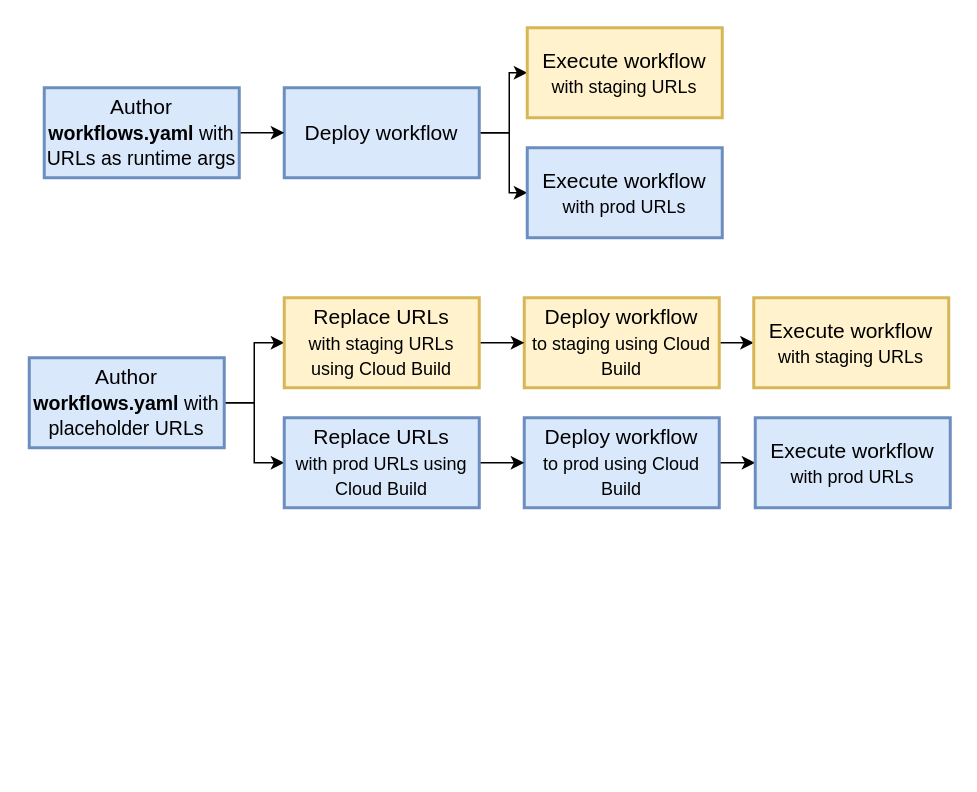
Earlier version of the draw.io diagram multi-env-deployment/images/architecture.drawio (GoogleCloudPlatform/workflows-demos). Source tidied: cells renumbered, new cells numbered last; positions are measured from the earlier drawing's top-left corner, leaving out a move shared by most shapes. Both pictures are drawn from the tidied source at 150%, with x=0, y=0 at pixel (28, 27).
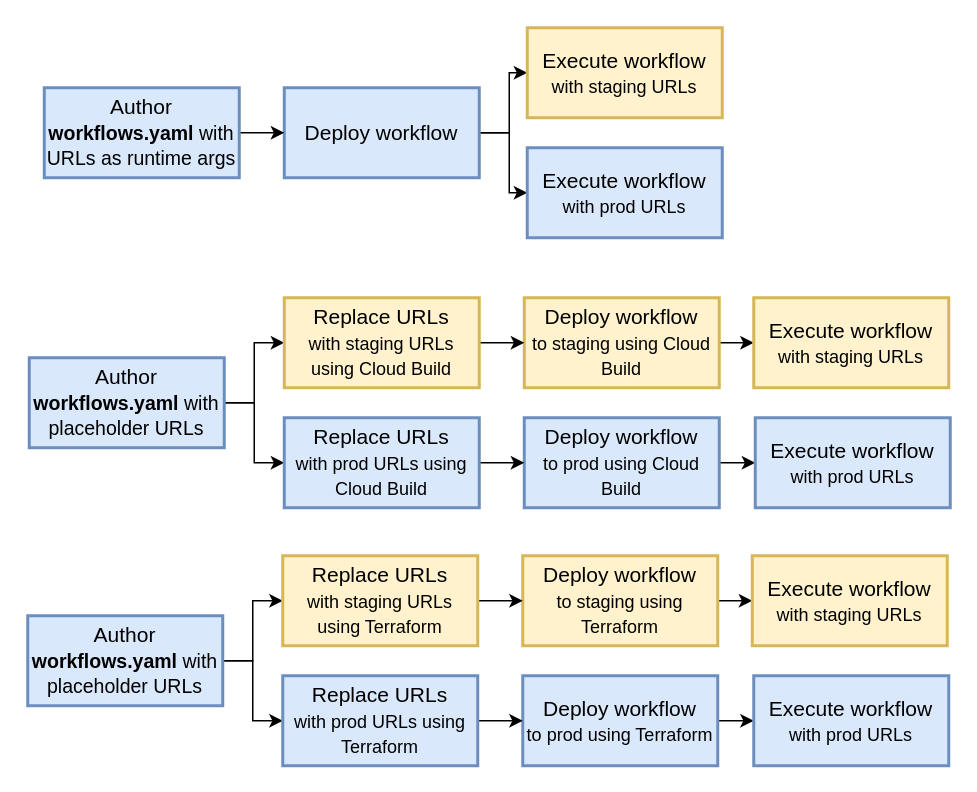
The same diagram, later.

Commit message (it also covers changes not shown here):
Sample: Multi-environment deployment with Terraform #65

What changed in the source:
```diff
@@
+    <mxCell id="22" style="edgeStyle=orthogonalEdgeStyle;rounded=0;jettySize=auto;html=1;fontSize=12;" parent="1" edge="1" source="24" target="30">
+      <mxGeometry relative="1" as="geometry" />
+    </mxCell>
+    <mxCell id="23" style="edgeStyle=orthogonalEdgeStyle;rounded=0;jettySize=auto;html=1;fontSize=12;" parent="1" edge="1" source="24" target="32">
+      <mxGeometry relative="1" as="geometry" />
+    </mxCell>
+    <mxCell id="24" value="&lt;font style=&quot;font-weight: 400;&quot;&gt;Author&lt;br&gt;&lt;/font&gt;&lt;font style=&quot;font-size: 13px;&quot;&gt;workflows.yaml&lt;span style=&quot;font-weight: 400;&quot;&gt; with placeholder URLs&lt;/span&gt;&lt;/font&gt;&lt;span style=&quot;font-weight: normal;&quot;&gt;&lt;br&gt;&lt;/span&gt;" style="rounded=0;whiteSpace=wrap;html=1;fontSize=14;strokeWidth=2;fontStyle=1;fillColor=#dae8fc;strokeColor=#6c8ebf;" parent="1" vertex="1">
+      <mxGeometry x="-1" y="392" width="130" height="60" as="geometry" />
+    </mxCell>
+    <mxCell id="25" style="edgeStyle=orthogonalEdgeStyle;rounded=0;jettySize=auto;html=1;fontSize=12;" parent="1" edge="1" source="26" target="33">
+      <mxGeometry relative="1" as="geometry" />
+    </mxCell>
+    <mxCell id="26" value="&lt;span style=&quot;font-weight: 400;&quot;&gt;&lt;font style=&quot;&quot;&gt;Deploy workflow&lt;br&gt;&lt;/font&gt;&lt;/span&gt;&lt;span style=&quot;font-weight: normal;&quot;&gt;&lt;font style=&quot;font-size: 12px;&quot;&gt;to prod using Terraform&lt;/font&gt;&lt;br&gt;&lt;/span&gt;" style="rounded=0;whiteSpace=wrap;html=1;fontSize=14;strokeWidth=2;fontStyle=1;fillColor=#dae8fc;strokeColor=#6c8ebf;" parent="1" vertex="1">
+      <mxGeometry x="329" y="432" width="130" height="60" as="geometry" />
+    </mxCell>
+    <mxCell id="27" style="edgeStyle=orthogonalEdgeStyle;rounded=0;jettySize=auto;html=1;fontSize=12;" parent="1" edge="1" source="28" target="34">
+      <mxGeometry relative="1" as="geometry" />
+    </mxCell>
+    <mxCell id="28" value="&lt;span style=&quot;font-weight: 400;&quot;&gt;&lt;font style=&quot;&quot;&gt;Deploy workflow&lt;br&gt;&lt;/font&gt;&lt;/span&gt;&lt;span style=&quot;font-weight: normal;&quot;&gt;&lt;font style=&quot;font-size: 12px;&quot;&gt;to staging using Terraform&lt;/font&gt;&lt;br&gt;&lt;/span&gt;" style="rounded=0;whiteSpace=wrap;html=1;fontSize=14;strokeWidth=2;fontStyle=1;fillColor=#fff2cc;strokeColor=#d6b656;" parent="1" vertex="1">
+      <mxGeometry x="329" y="352" width="130" height="60" as="geometry" />
+    </mxCell>
+    <mxCell id="29" style="edgeStyle=orthogonalEdgeStyle;rounded=0;jettySize=auto;html=1;fontSize=12;" parent="1" edge="1" source="30" target="26">
+      <mxGeometry relative="1" as="geometry" />
+    </mxCell>
+    <mxCell id="30" value="&lt;span style=&quot;font-weight: 400;&quot;&gt;&lt;font style=&quot;&quot;&gt;Replace URLs&lt;br&gt;&lt;/font&gt;&lt;/span&gt;&lt;span style=&quot;font-weight: normal;&quot;&gt;&lt;font style=&quot;font-size: 12px;&quot;&gt;with prod URLs using Terraform&lt;/font&gt;&lt;br&gt;&lt;/span&gt;" style="rounded=0;whiteSpace=wrap;html=1;fontSize=14;strokeWidth=2;fontStyle=1;fillColor=#dae8fc;strokeColor=#6c8ebf;" parent="1" vertex="1">
+      <mxGeometry x="169" y="432" width="130" height="60" as="geometry" />
+    </mxCell>
+    <mxCell id="31" style="edgeStyle=orthogonalEdgeStyle;rounded=0;jettySize=auto;html=1;fontSize=12;" parent="1" edge="1" source="32" target="28">
+      <mxGeometry relative="1" as="geometry" />
+    </mxCell>
+    <mxCell id="32" value="&lt;span style=&quot;font-weight: 400;&quot;&gt;&lt;font style=&quot;&quot;&gt;Replace URLs&lt;br&gt;&lt;/font&gt;&lt;/span&gt;&lt;span style=&quot;font-weight: normal;&quot;&gt;&lt;font style=&quot;font-size: 12px;&quot;&gt;with staging URLs using Terraform&lt;/font&gt;&lt;br&gt;&lt;/span&gt;" style="rounded=0;whiteSpace=wrap;html=1;fontSize=14;strokeWidth=2;fontStyle=1;fillColor=#fff2cc;strokeColor=#d6b656;" parent="1" vertex="1">
+      <mxGeometry x="169" y="352" width="130" height="60" as="geometry" />
+    </mxCell>
+    <mxCell id="33" value="&lt;span style=&quot;font-weight: 400;&quot;&gt;&lt;font style=&quot;&quot;&gt;Execute workflow&lt;br&gt;&lt;/font&gt;&lt;/span&gt;&lt;span style=&quot;font-weight: normal;&quot;&gt;&lt;font style=&quot;font-size: 12px;&quot;&gt;with prod URLs&lt;/font&gt;&lt;br&gt;&lt;/span&gt;" style="rounded=0;whiteSpace=wrap;html=1;fontSize=14;strokeWidth=2;fontStyle=1;fillColor=#dae8fc;strokeColor=#6c8ebf;" parent="1" vertex="1">
+      <mxGeometry x="483" y="432" width="130" height="60" as="geometry" />
+    </mxCell>
+    <mxCell id="34" value="&lt;span style=&quot;font-weight: 400;&quot;&gt;&lt;font style=&quot;&quot;&gt;Execute workflow&lt;br&gt;&lt;/font&gt;&lt;/span&gt;&lt;span style=&quot;font-weight: normal;&quot;&gt;&lt;font style=&quot;font-size: 12px;&quot;&gt;with staging URLs&lt;/font&gt;&lt;br&gt;&lt;/span&gt;" style="rounded=0;whiteSpace=wrap;html=1;fontSize=14;strokeWidth=2;fontStyle=1;fillColor=#fff2cc;strokeColor=#d6b656;" parent="1" vertex="1">
+      <mxGeometry x="482" y="352" width="130" height="60" as="geometry" />
+    </mxCell>
```
